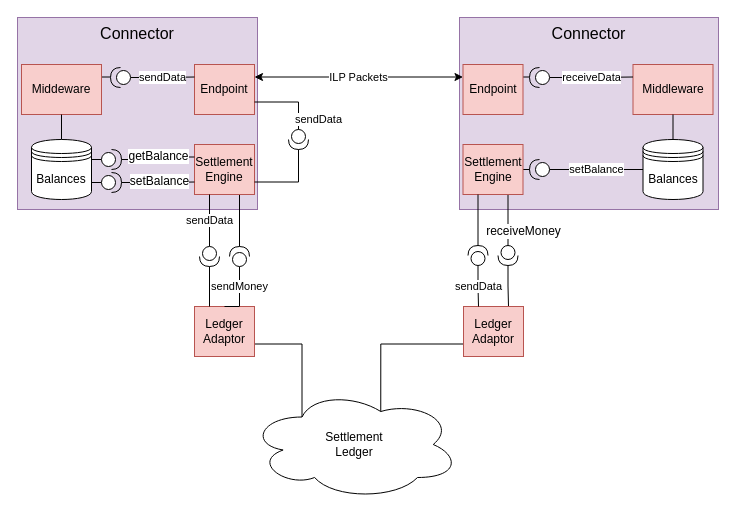
adrianhopebailie/ilp keeps this draw.io diagram as page "Internal Settlement Engine" (2 of 4) of settlement.drawio. Above is the earlier version. Source tidied: cells renumbered, new cells numbered last; positions are measured from the earlier drawing's top-left corner, leaving out a move shared by most shapes. Both pictures are drawn from the tidied source at 100%, with x=0, y=0 at pixel (17, 17).
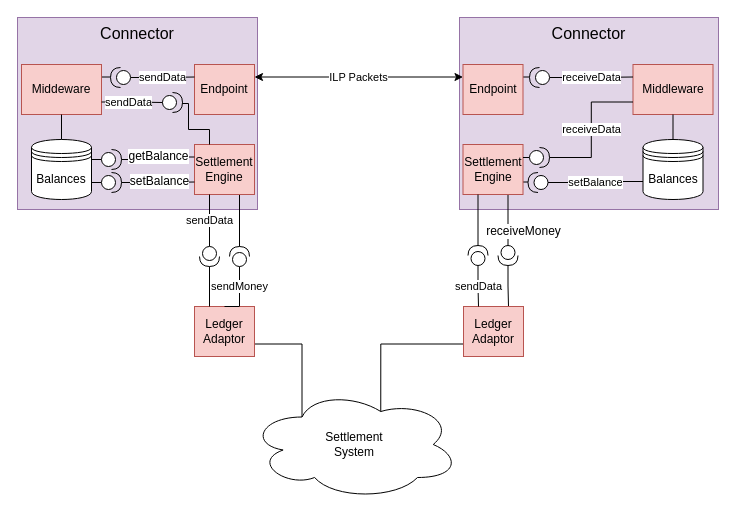
After the change.

Unchanged cells that the change refers to:
```xml
<mxCell id="6" value="Endpoint" style="rounded=0;whiteSpace=wrap;html=1;fillColor=#f8cecc;strokeColor=#b85450;" parent="1" vertex="1">
  <mxGeometry x="177" y="47" width="60" height="50" as="geometry" />
</mxCell>
<mxCell id="14" value="Middeware" style="rounded=0;whiteSpace=wrap;html=1;fillColor=#f8cecc;strokeColor=#b85450;" parent="1" vertex="1">
  <mxGeometry x="4" y="47" width="80" height="50" as="geometry" />
</mxCell>
<mxCell id="22" value="Middleware" style="rounded=0;whiteSpace=wrap;html=1;fillColor=#f8cecc;strokeColor=#b85450;" parent="1" vertex="1">
  <mxGeometry x="615.5" y="47" width="80" height="50" as="geometry" />
</mxCell>
<mxCell id="26" value="Balances" style="shape=datastore;whiteSpace=wrap;html=1;align=center;" parent="1" vertex="1">
  <mxGeometry x="625.5" y="122" width="60" height="60" as="geometry" />
</mxCell>
<mxCell id="29" value="Settlement Engine" style="rounded=0;whiteSpace=wrap;html=1;fillColor=#f8cecc;strokeColor=#b85450;" parent="1" vertex="1">
  <mxGeometry x="177" y="127" width="60" height="50" as="geometry" />
</mxCell>
<mxCell id="31" value="Settlement Engine" style="rounded=0;whiteSpace=wrap;html=1;fillColor=#f8cecc;strokeColor=#b85450;" parent="1" vertex="1">
  <mxGeometry x="445.5" y="127" width="60" height="50" as="geometry" />
</mxCell>
```

What changed in the source:
```diff
@@
-    <mxCell id="4" value="Settlement&lt;br&gt;Ledger" style="ellipse;shape=cloud;whiteSpace=wrap;html=1;" parent="1" vertex="1">
+    <mxCell id="4" value="Settlement&lt;br&gt;System" style="ellipse;shape=cloud;whiteSpace=wrap;html=1;" parent="1" vertex="1">
       <mxGeometry x="232" y="372" width="210" height="110" as="geometry" />
     </mxCell>
@@
-    <mxCell id="30" style="edgeStyle=orthogonalEdgeStyle;rounded=0;jettySize=auto;html=1;exitX=1;exitY=0.5;exitDx=0;exitDy=0;entryX=1;entryY=0.5;entryDx=0;entryDy=0;entryPerimeter=0;endArrow=none;endFill=0;" parent="1" edge="1" source="31" target="37">
+    <mxCell id="30" style="edgeStyle=orthogonalEdgeStyle;rounded=0;jettySize=auto;html=1;exitX=1;exitY=0.75;exitDx=0;exitDy=0;entryX=1;entryY=0.5;entryDx=0;entryDy=0;entryPerimeter=0;endArrow=none;endFill=0;" parent="1" edge="1" source="31" target="37">
       <mxGeometry relative="1" as="geometry" />
     </mxCell>
@@
-    <mxCell id="36" value="setBalance" style="edgeStyle=orthogonalEdgeStyle;rounded=0;jettySize=auto;html=1;exitX=0;exitY=0.5;exitDx=0;exitDy=0;exitPerimeter=0;entryX=0;entryY=0.5;entryDx=0;entryDy=0;endArrow=none;endFill=0;" parent="1" edge="1" source="37" target="26">
+    <mxCell id="36" value="setBalance" style="edgeStyle=orthogonalEdgeStyle;rounded=0;jettySize=auto;html=1;exitX=0;exitY=0.5;exitDx=0;exitDy=0;exitPerimeter=0;entryX=0;entryY=0.7;entryDx=0;entryDy=0;endArrow=none;endFill=0;" parent="1" edge="1" source="37" target="26">
       <mxGeometry relative="1" as="geometry" />
     </mxCell>
     <mxCell id="37" style="shape=providedRequiredInterface;html=1;verticalLabelPosition=bottom;align=center;rotation=-180;direction=east;" parent="1" vertex="1">
-      <mxGeometry x="512" y="142" width="20" height="20" as="geometry" />
+      <mxGeometry x="510.5" y="155" width="20" height="20" as="geometry" />
     </mxCell>
@@
-    <mxCell id="51" style="edgeStyle=orthogonalEdgeStyle;rounded=0;jettySize=auto;html=1;exitX=1;exitY=0.5;exitDx=0;exitDy=0;exitPerimeter=0;endArrow=none;endFill=0;entryX=1;entryY=0.75;entryDx=0;entryDy=0;" parent="1" edge="1" source="52" target="29">
-      <mxGeometry relative="1" as="geometry" />
+    <mxCell id="51" style="edgeStyle=orthogonalEdgeStyle;rounded=0;jettySize=auto;html=1;exitX=1;exitY=0.5;exitDx=0;exitDy=0;exitPerimeter=0;endArrow=none;endFill=0;entryX=0.25;entryY=0;entryDx=0;entryDy=0;" parent="1" edge="1" source="52" target="29">
+      <mxGeometry relative="1" as="geometry">
+        <Array as="points">
+          <mxPoint x="165" y="86" />
+          <mxPoint x="171" y="86" />
+          <mxPoint x="171" y="112" />
+          <mxPoint x="192" y="112" />
+        </Array>
+      </mxGeometry>
     </mxCell>
-    <mxCell id="52" style="shape=providedRequiredInterface;html=1;verticalLabelPosition=bottom;align=center;rotation=90;direction=east;" parent="1" vertex="1">
-      <mxGeometry x="271" y="112" width="20" height="20" as="geometry" />
+    <mxCell id="52" style="shape=providedRequiredInterface;html=1;verticalLabelPosition=bottom;align=center;rotation=90;direction=north;" parent="1" vertex="1">
+      <mxGeometry x="145" y="75" width="20" height="20" as="geometry" />
     </mxCell>
-    <mxCell id="53" value="sendData" style="edgeStyle=orthogonalEdgeStyle;rounded=0;jettySize=auto;html=1;endArrow=none;endFill=0;entryX=0;entryY=0.5;entryDx=0;entryDy=0;entryPerimeter=0;exitX=1;exitY=0.75;exitDx=0;exitDy=0;" parent="1" edge="1" source="6" target="52">
-      <mxGeometry x="0.72" y="20" relative="1" as="geometry" />
+    <mxCell id="53" value="sendData" style="edgeStyle=orthogonalEdgeStyle;rounded=0;jettySize=auto;html=1;endArrow=none;endFill=0;entryX=0;entryY=0.5;entryDx=0;entryDy=0;entryPerimeter=0;exitX=1;exitY=0.75;exitDx=0;exitDy=0;" parent="1" edge="1" source="14" target="52">
+      <mxGeometry x="-0.11" relative="1" as="geometry" />
     </mxCell>
+    <mxCell id="54" value="receiveData" style="edgeStyle=orthogonalEdgeStyle;rounded=0;jettySize=auto;html=1;endArrow=none;endFill=0;exitX=1;exitY=0.5;exitDx=0;exitDy=0;exitPerimeter=0;entryX=0;entryY=0.75;entryDx=0;entryDy=0;" parent="1" edge="1" source="56" target="22">
+      <mxGeometry relative="1" as="geometry" />
+    </mxCell>
+    <mxCell id="55" style="edgeStyle=orthogonalEdgeStyle;rounded=0;jettySize=auto;html=1;exitX=0;exitY=0.5;exitDx=0;exitDy=0;exitPerimeter=0;entryX=1;entryY=0.25;entryDx=0;entryDy=0;endArrow=none;endFill=0;" parent="1" edge="1" source="56" target="31">
+      <mxGeometry relative="1" as="geometry" />
+    </mxCell>
+    <mxCell id="56" style="shape=providedRequiredInterface;html=1;verticalLabelPosition=bottom;align=center;rotation=-180;direction=west;" parent="1" vertex="1">
+      <mxGeometry x="512" y="130" width="20" height="20" as="geometry" />
+    </mxCell>
```
